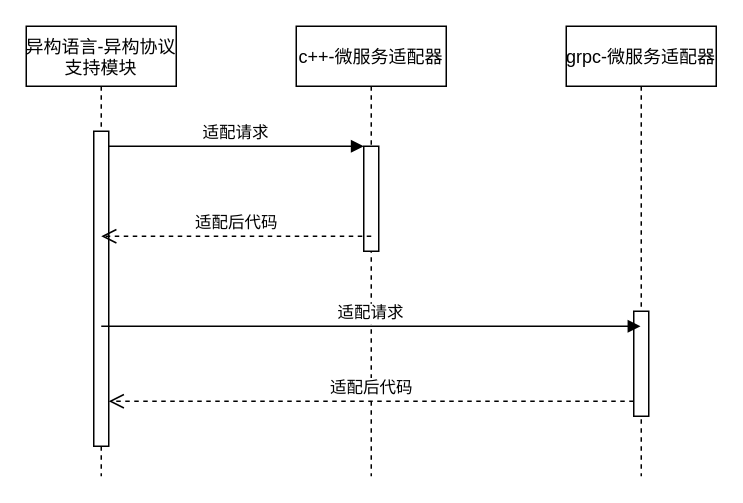
Before: UML/c++-grpc支持时序图.drawio in wangjq4214/draw.io, a draw.io diagram. Source tidied: cells renumbered, new cells numbered last; positions are measured from the earlier drawing's top-left corner, leaving out a move shared by most shapes. Both pictures are drawn from the tidied source at 150%, with x=0, y=0 at pixel (26, 26).
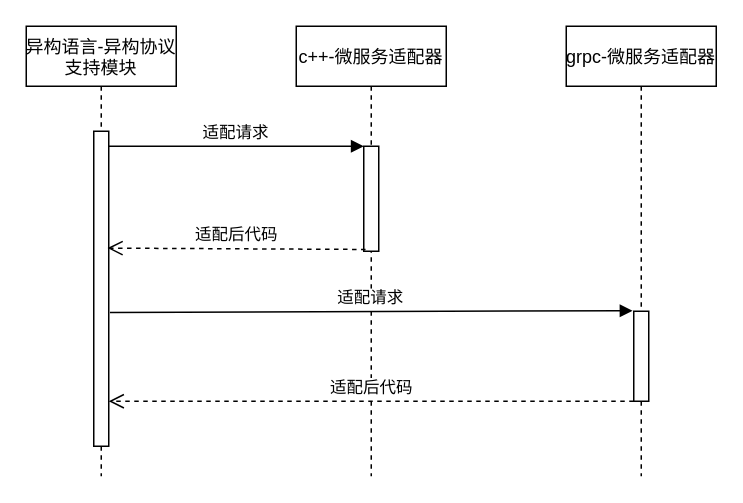
The same page after the edit.

Commit message:
Update c++-grpc支持时序图.drawio

The edit, as a diff of the source:
```diff
@@
 <mxGraphModel>
   <root>
     <mxCell id="0" />
     <mxCell id="1" parent="0" />
+    <mxCell id="12" style="group;" parent="1" vertex="1">
+      <mxGeometry width="460" height="300" as="geometry" />
+    </mxCell>
-    <mxCell id="2" value="异构语言-异构协议&#10;支持模块" style="shape=umlLifeline;perimeter=lifelinePerimeter;rounded=0;shadow=0;strokeWidth=1;" parent="1" vertex="1">
+    <mxCell id="2" value="异构语言-异构协议&#10;支持模块" style="shape=umlLifeline;perimeter=lifelinePerimeter;rounded=0;shadow=0;strokeWidth=1;" parent="12" vertex="1">
       <mxGeometry width="100" height="300" as="geometry" />
     </mxCell>
     <mxCell id="3" style="points=[];perimeter=orthogonalPerimeter;rounded=0;shadow=0;strokeWidth=1;" parent="2" vertex="1">
       <mxGeometry x="45" y="70" width="10" height="210" as="geometry" />
     </mxCell>
-    <mxCell id="4" value="c++-微服务适配器" style="shape=umlLifeline;perimeter=lifelinePerimeter;rounded=0;shadow=0;strokeWidth=1;" parent="1" vertex="1">
+    <mxCell id="4" value="c++-微服务适配器" style="shape=umlLifeline;perimeter=lifelinePerimeter;rounded=0;shadow=0;strokeWidth=1;" parent="12" vertex="1">
       <mxGeometry x="180" width="100" height="300" as="geometry" />
     </mxCell>
     <mxCell id="5" style="points=[];perimeter=orthogonalPerimeter;rounded=0;shadow=0;strokeWidth=1;" parent="4" vertex="1">
       <mxGeometry x="45" y="80" width="10" height="70" as="geometry" />
     </mxCell>
-    <mxCell id="6" value="适配请求" style="verticalAlign=bottom;endArrow=block;entryX=0;entryY=0;shadow=0;strokeWidth=1;" parent="1" edge="1" source="3" target="5">
+    <mxCell id="6" value="适配请求" style="verticalAlign=bottom;endArrow=block;entryX=0;entryY=0;shadow=0;strokeWidth=1;" parent="12" edge="1" source="3" target="5">
       <mxGeometry relative="1" as="geometry" />
     </mxCell>
-    <mxCell id="7" value="grpc-微服务适配器" style="shape=umlLifeline;perimeter=lifelinePerimeter;rounded=0;shadow=0;strokeWidth=1;" parent="1" vertex="1">
+    <mxCell id="7" value="grpc-微服务适配器" style="shape=umlLifeline;perimeter=lifelinePerimeter;rounded=0;shadow=0;strokeWidth=1;" parent="12" vertex="1">
       <mxGeometry x="360" width="100" height="300" as="geometry" />
     </mxCell>
     <mxCell id="8" style="points=[];perimeter=orthogonalPerimeter;rounded=0;shadow=0;strokeWidth=1;" parent="7" vertex="1">
-      <mxGeometry x="45" y="190" width="10" height="70" as="geometry" />
+      <mxGeometry x="45" y="190" width="10" height="60" as="geometry" />
     </mxCell>
-    <mxCell id="9" value="适配后代码" style="html=1;verticalAlign=bottom;endArrow=open;dashed=1;endSize=8;rounded=0;" parent="1" edge="1">
-      <mxGeometry relative="1" as="geometry">
-        <mxPoint x="230" y="140" as="sourcePoint" />
-        <mxPoint x="50" y="140" as="targetPoint" />
-        <Array as="points">
-          <mxPoint x="50" y="140" />
-        </Array>
-      </mxGeometry>
+    <mxCell id="9" value="适配后代码" style="html=1;verticalAlign=bottom;endArrow=open;dashed=1;endSize=8;rounded=0;exitX=0.12;exitY=0.983;exitDx=0;exitDy=0;exitPerimeter=0;entryX=0.92;entryY=0.371;entryDx=0;entryDy=0;entryPerimeter=0;" parent="12" edge="1" source="5" target="3">
+      <mxGeometry relative="1" as="geometry" />
     </mxCell>
-    <mxCell id="10" value="适配请求" style="verticalAlign=bottom;endArrow=block;shadow=0;strokeWidth=1;" parent="1" edge="1" target="7">
-      <mxGeometry relative="1" as="geometry">
-        <mxPoint x="50" y="200" as="sourcePoint" />
-      </mxGeometry>
+    <mxCell id="10" value="适配请求" style="verticalAlign=bottom;endArrow=block;shadow=0;strokeWidth=1;entryX=-0.08;entryY=-0.006;entryDx=0;entryDy=0;entryPerimeter=0;exitX=1.08;exitY=0.575;exitDx=0;exitDy=0;exitPerimeter=0;" parent="12" edge="1" source="3" target="8">
+      <mxGeometry relative="1" as="geometry" />
     </mxCell>
-    <mxCell id="11" value="适配后代码" style="html=1;verticalAlign=bottom;endArrow=open;dashed=1;endSize=8;rounded=0;" parent="1" edge="1" source="8" target="3">
+    <mxCell id="11" value="适配后代码" style="html=1;verticalAlign=bottom;endArrow=open;dashed=1;endSize=8;rounded=0;" parent="12" edge="1" source="8" target="3">
       <mxGeometry relative="1" as="geometry">
         <Array as="points">
           <mxPoint x="90" y="250" />
         </Array>
       </mxGeometry>
     </mxCell>
   </root>
 </mxGraphModel>
```
